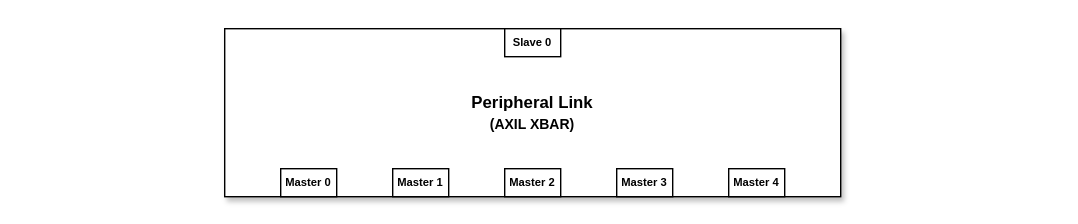
Before: document/svg/modules/pl.svg, a diagram exported from draw.io (TecknozBD/Hyper-Titan). Source tidied: cells renumbered, new cells last; positions are measured from the earlier drawing's top-left corner, leaving out a move shared by most shapes. Source of this version:
```xml
<mxGraphModel>
  <root>
    <mxCell id="0" />
    <mxCell id="1" parent="0" />
    <mxCell id="2" style="whiteSpace=wrap;html=1;strokeColor=none;" parent="1" vertex="1">
      <mxGeometry width="770" height="160" as="geometry" />
    </mxCell>
    <mxCell id="3" value="Peripheral Link&lt;div&gt;&lt;font style=&quot;font-size: 10px;&quot;&gt;(AXIL XBAR)&lt;/font&gt;&lt;/div&gt;" style="whiteSpace=wrap;html=1;fontStyle=1;direction=south;shadow=1;" parent="1" vertex="1">
      <mxGeometry x="160" y="20" width="440" height="120" as="geometry" />
    </mxCell>
    <mxCell id="4" value="Slave 0" style="whiteSpace=wrap;html=1;horizontal=1;fontSize=8;fontStyle=1;direction=south;" parent="1" vertex="1">
      <mxGeometry x="360" y="20" width="40" height="20" as="geometry" />
    </mxCell>
    <mxCell id="5" value="Master 0" style="whiteSpace=wrap;html=1;horizontal=1;fontSize=8;fontStyle=1;direction=south;" parent="1" vertex="1">
      <mxGeometry x="200" y="120" width="40" height="20" as="geometry" />
    </mxCell>
    <mxCell id="6" value="Master 1" style="whiteSpace=wrap;html=1;horizontal=1;fontSize=8;fontStyle=1;direction=south;" parent="1" vertex="1">
      <mxGeometry x="280" y="120" width="40" height="20" as="geometry" />
    </mxCell>
    <mxCell id="7" value="Master 2" style="whiteSpace=wrap;html=1;horizontal=1;fontSize=8;fontStyle=1;direction=south;" parent="1" vertex="1">
      <mxGeometry x="360" y="120" width="40" height="20" as="geometry" />
    </mxCell>
    <mxCell id="8" value="Master 3" style="whiteSpace=wrap;html=1;horizontal=1;fontSize=8;fontStyle=1;direction=south;" parent="1" vertex="1">
      <mxGeometry x="440" y="120" width="40" height="20" as="geometry" />
    </mxCell>
    <mxCell id="9" value="Master 4" style="whiteSpace=wrap;html=1;horizontal=1;fontSize=8;fontStyle=1;direction=south;" parent="1" vertex="1">
      <mxGeometry x="520" y="120" width="40" height="20" as="geometry" />
    </mxCell>
  </root>
</mxGraphModel>
```
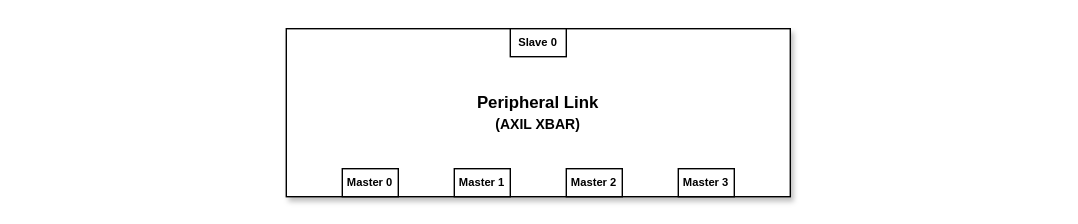
After the change.

Commit message:
modified:   document/detailed_architecture.md modified:   document/modules/pl.md modified:   document/svg/modules/pl.svg

Change to the diagram source:
```diff
@@ -3,13 +3,13 @@
     <mxCell id="0" />
     <mxCell id="1" parent="0" />
     <mxCell id="2" style="whiteSpace=wrap;html=1;strokeColor=none;" parent="1" vertex="1">
-      <mxGeometry width="770" height="160" as="geometry" />
+      <mxGeometry x="-45" width="770" height="160" as="geometry" />
     </mxCell>
     <mxCell id="3" value="Peripheral Link&lt;div&gt;&lt;font style=&quot;font-size: 10px;&quot;&gt;(AXIL XBAR)&lt;/font&gt;&lt;/div&gt;" style="whiteSpace=wrap;html=1;fontStyle=1;direction=south;shadow=1;" parent="1" vertex="1">
-      <mxGeometry x="160" y="20" width="440" height="120" as="geometry" />
+      <mxGeometry x="160" y="20" width="360" height="120" as="geometry" />
     </mxCell>
     <mxCell id="4" value="Slave 0" style="whiteSpace=wrap;html=1;horizontal=1;fontSize=8;fontStyle=1;direction=south;" parent="1" vertex="1">
-      <mxGeometry x="360" y="20" width="40" height="20" as="geometry" />
+      <mxGeometry x="320" y="20" width="40" height="20" as="geometry" />
     </mxCell>
     <mxCell id="5" value="Master 0" style="whiteSpace=wrap;html=1;horizontal=1;fontSize=8;fontStyle=1;direction=south;" parent="1" vertex="1">
       <mxGeometry x="200" y="120" width="40" height="20" as="geometry" />
@@ -23,8 +23,5 @@
     <mxCell id="8" value="Master 3" style="whiteSpace=wrap;html=1;horizontal=1;fontSize=8;fontStyle=1;direction=south;" parent="1" vertex="1">
       <mxGeometry x="440" y="120" width="40" height="20" as="geometry" />
     </mxCell>
-    <mxCell id="9" value="Master 4" style="whiteSpace=wrap;html=1;horizontal=1;fontSize=8;fontStyle=1;direction=south;" parent="1" vertex="1">
-      <mxGeometry x="520" y="120" width="40" height="20" as="geometry" />
-    </mxCell>
   </root>
 </mxGraphModel>
```
